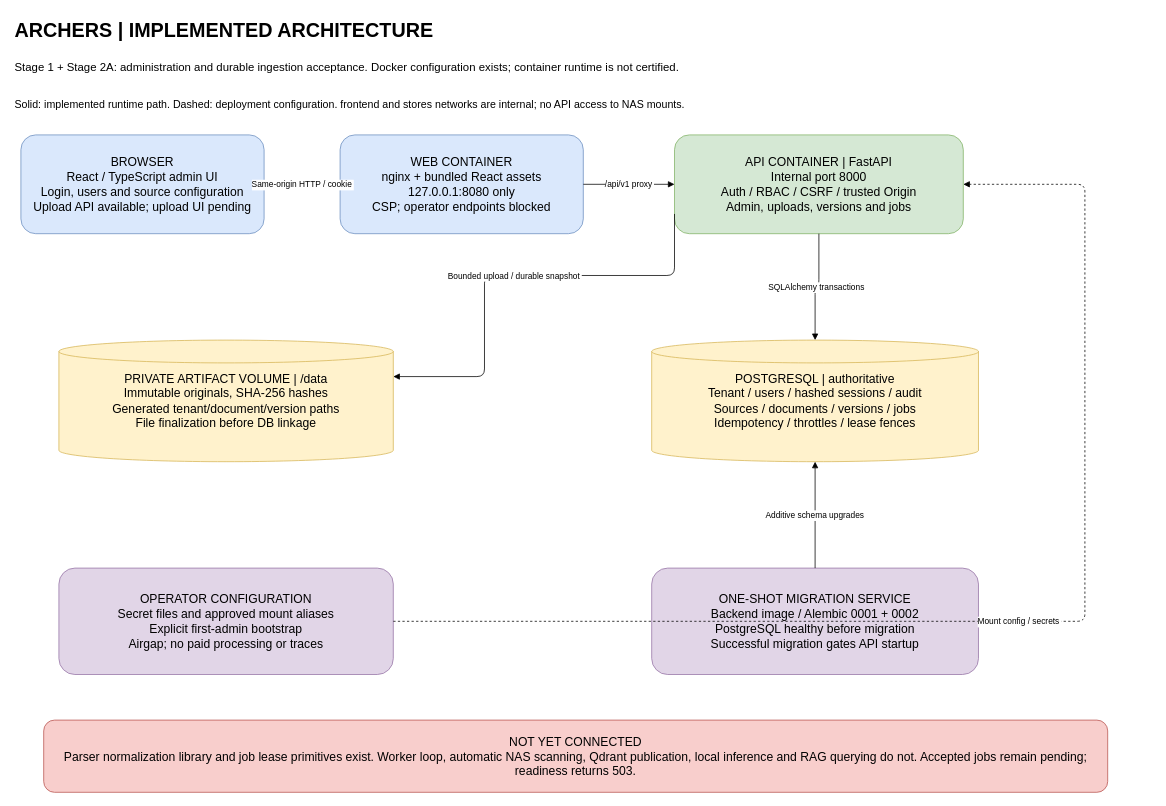
mhasan2050/archers keeps this draw.io diagram as page "1 - Implemented Architecture" (1 of 3) of Architecture.drawio. Above is the earlier version. Source tidied: cells renumbered, new cells numbered last; positions are measured from the earlier drawing's top-left corner, leaving out a move shared by most shapes. Both pictures are drawn from the tidied source at 76%, with x=0, y=0 at pixel (13, 13).
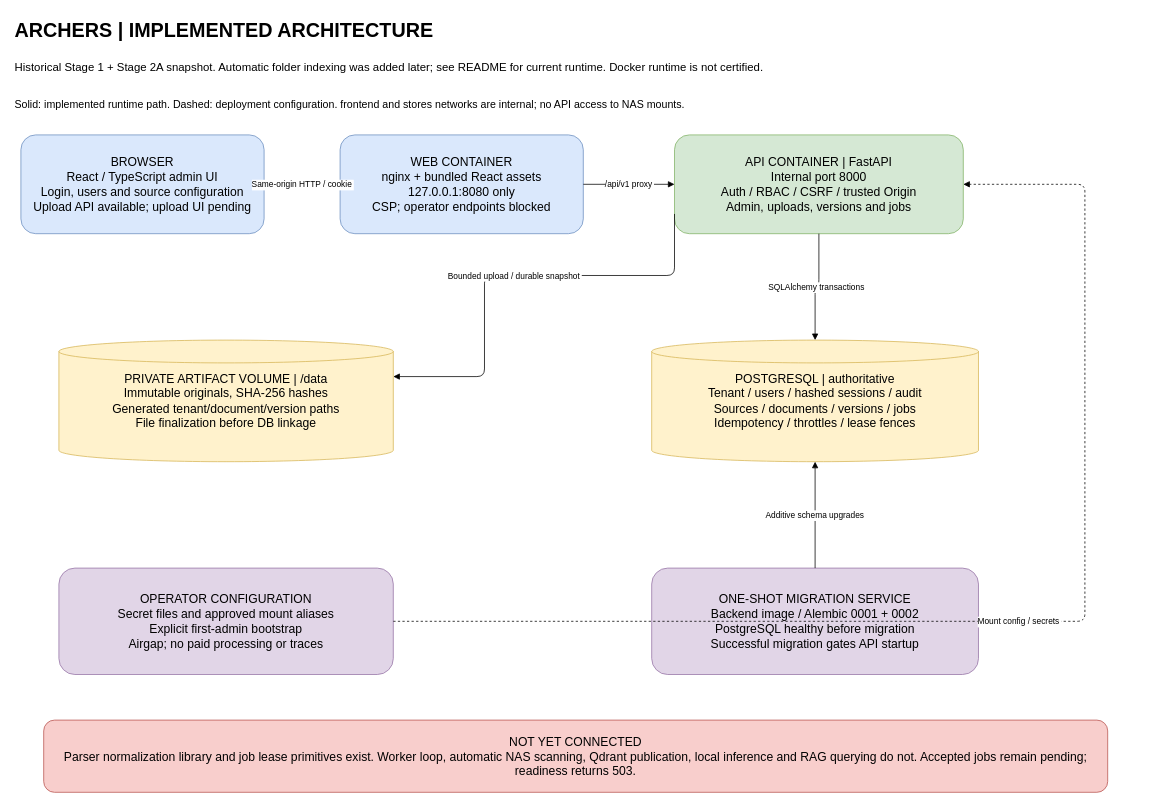
After the change.

The edit, as a diff of the source:
```diff
@@
-    <mxCell id="3" value="Stage 1 + Stage 2A: administration and durable ingestion acceptance. Docker configuration exists; container runtime is not certified." style="text;html=0;fontSize=15;align=left;" parent="1" vertex="1">
+    <mxCell id="3" value="Historical Stage 1 + Stage 2A snapshot. Automatic folder indexing was added later; see README for current runtime. Docker runtime is not certified." style="text;html=0;fontSize=15;align=left;" parent="1" vertex="1">
       <mxGeometry y="55" width="1500" height="45" as="geometry" />
     </mxCell>
```
